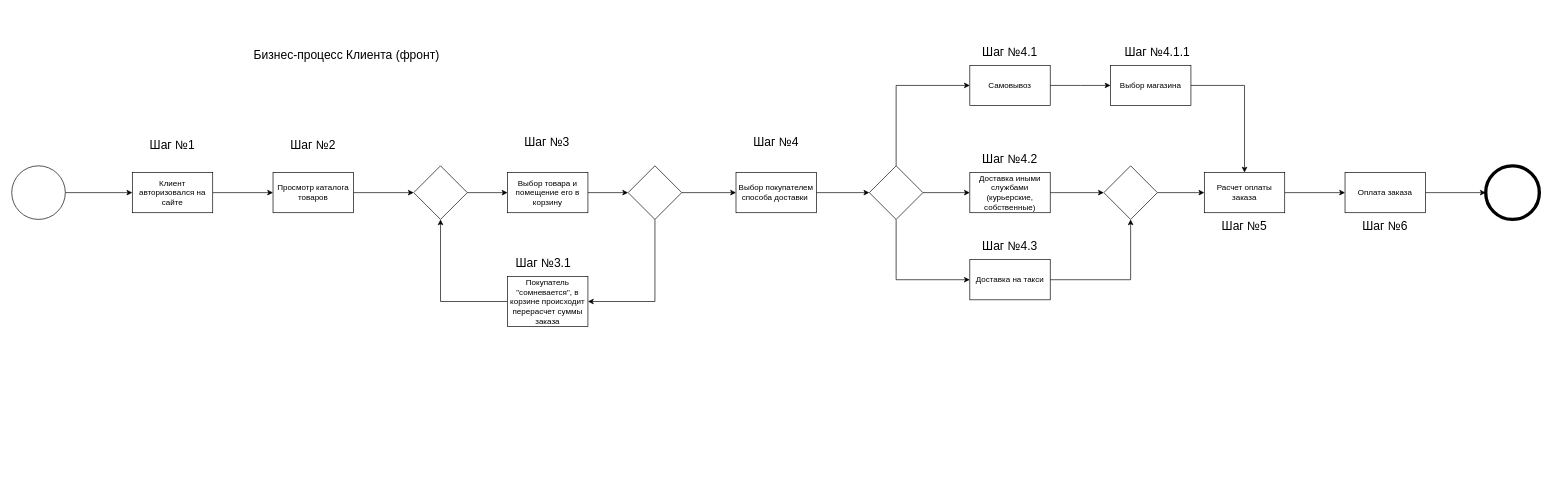
Above: Untitled Diagram.drawio in VillyVonka537/iograf (draw.io), before the change. Source tidied: cells renumbered, new cells numbered last; positions are measured from the earlier drawing's top-left corner, leaving out a move shared by most shapes. Both pictures are drawn from the tidied source at 67%, with x=0, y=0 at pixel (11, 31).
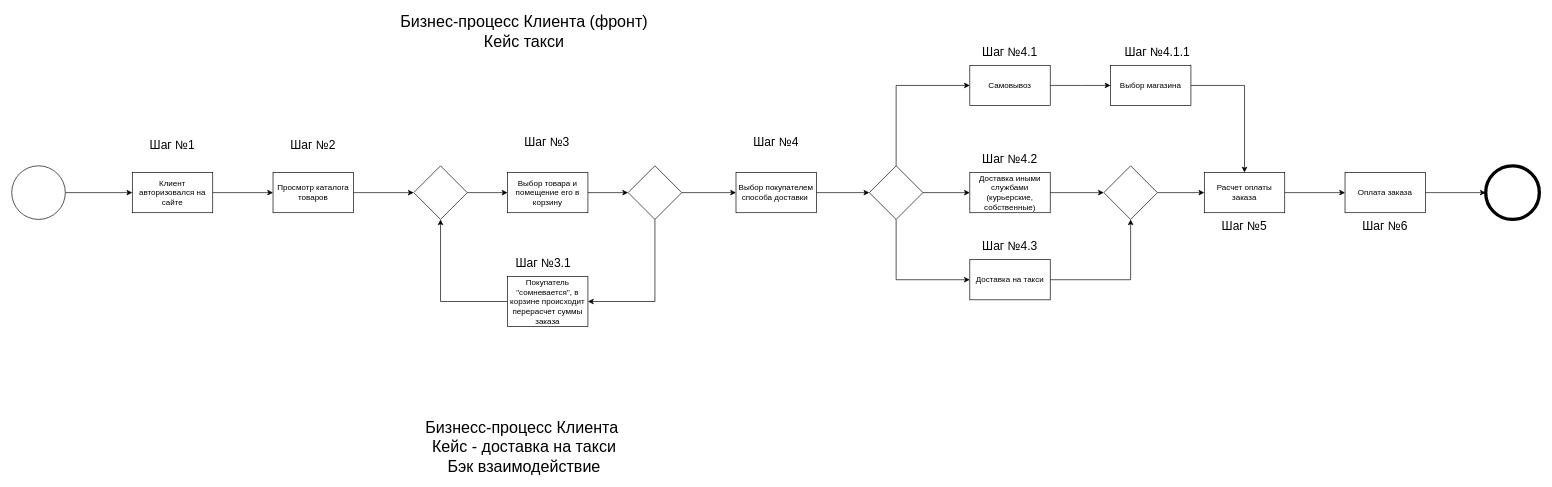
Above is the later version.

Diff of the diagram source:
```diff
@@
-    <mxCell id="6" value="&lt;font style=&quot;font-size: 18px&quot;&gt;Бизнес-процесс Клиента (фронт)&lt;/font&gt;" style="text;html=1;strokeColor=none;fillColor=none;align=center;verticalAlign=middle;whiteSpace=wrap;rounded=0;" parent="1" vertex="1">
-      <mxGeometry x="330" width="340" height="70" as="geometry" />
+    <mxCell id="6" value="&lt;font&gt;&lt;span style=&quot;font-size: 24px&quot;&gt;Бизнес-процесс Клиента (фронт)&lt;/span&gt;&lt;br&gt;&lt;span id=&quot;docs-internal-guid-454e0e27-7fff-5288-7b2e-33ac58e89149&quot;&gt;&lt;span style=&quot;font-family: &amp;#34;proxima nova&amp;#34; , sans-serif ; background-color: transparent ; vertical-align: baseline&quot;&gt;&lt;font style=&quot;font-size: 24px&quot;&gt;Кейс такси&lt;/font&gt;&lt;/span&gt;&lt;/span&gt;&lt;br&gt;&lt;/font&gt;" style="text;html=1;strokeColor=none;fillColor=none;align=center;verticalAlign=middle;whiteSpace=wrap;rounded=0;" parent="1" vertex="1">
+      <mxGeometry x="530" y="-30" width="470" height="60" as="geometry" />
     </mxCell>
@@
+    <mxCell id="50" value="&lt;span style=&quot;font-size: 24px&quot;&gt;Бизнесс-процесс Клиента&amp;nbsp;&lt;br&gt;Кейс - доставка на такси&lt;br&gt;Бэк взаимодействие&lt;br&gt;&lt;/span&gt;" style="text;html=1;strokeColor=none;fillColor=none;align=center;verticalAlign=middle;whiteSpace=wrap;rounded=0;" parent="1" vertex="1">
+      <mxGeometry x="530" y="590" width="470" height="60" as="geometry" />
+    </mxCell>
```
